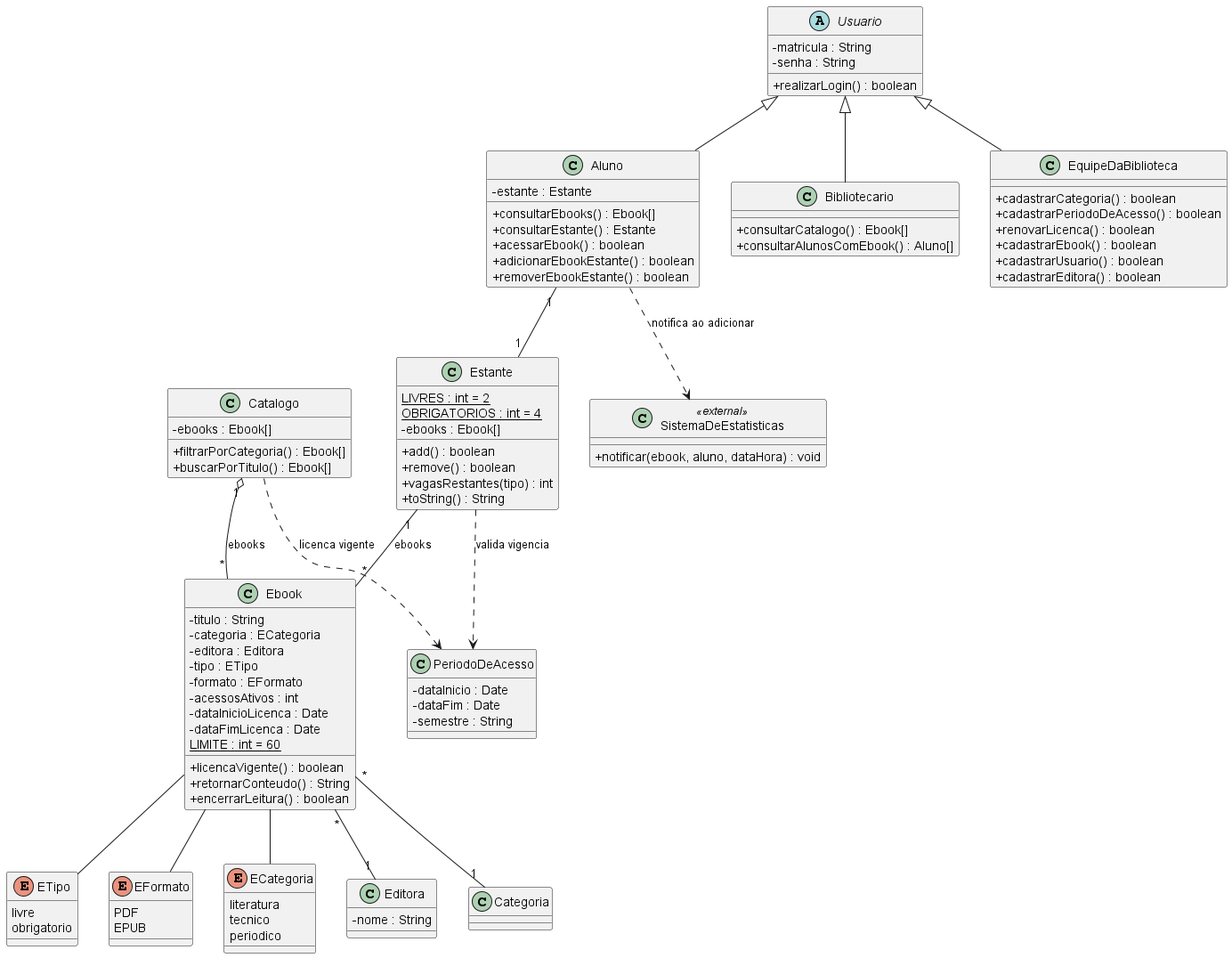
The PlantUML diagram docs/diagramas/classes_ebooks.png in Aklages/lab01-ebooks-biblioteca, before a commit.
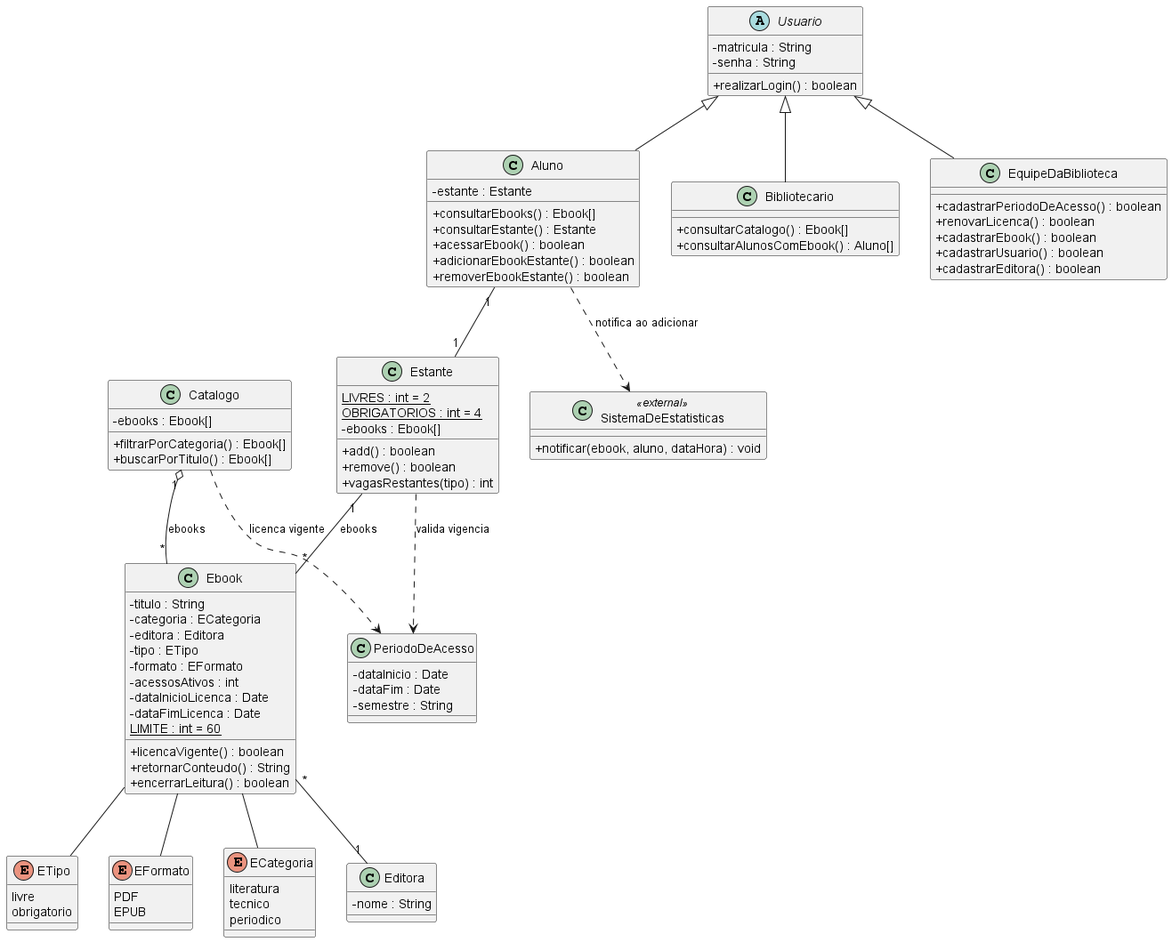
Later version of the same file.

The edit, as a diff of the source:
```diff
@@ -24,7 +24,6 @@
 }
 
 class EquipeDaBiblioteca {
-  + cadastrarCategoria() : boolean
   + cadastrarPeriodoDeAcesso() : boolean
   + renovarLicenca() : boolean
   + cadastrarEbook() : boolean
@@ -71,7 +70,6 @@
   - nome : String
 }
 
-Ebook "*" -- "1" Categoria
 Ebook "*" -- "1" Editora
 Ebook -- ETipo
 Ebook -- EFormato
@@ -90,7 +88,6 @@
   + add() : boolean
   + remove() : boolean
   + vagasRestantes(tipo) : int
-  + toString() : String
 }
 
 Aluno "1" -- "1" Estante
```
